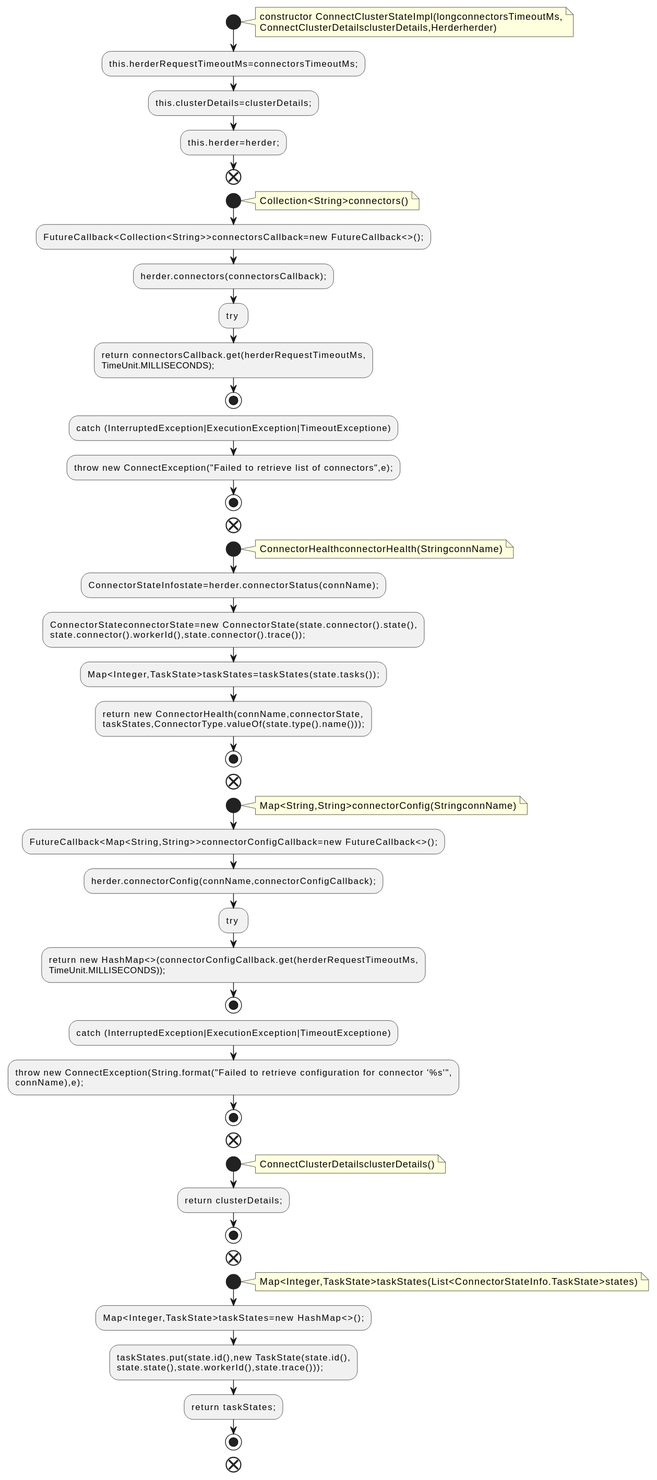
Earlier version of the PlantUML export docs/qc/connect/runtime/src/main/java/org/apache/kafka/connect/runtime/health/ConnectClusterStateImpl.java.fct.svg (qualitesys/kafka).
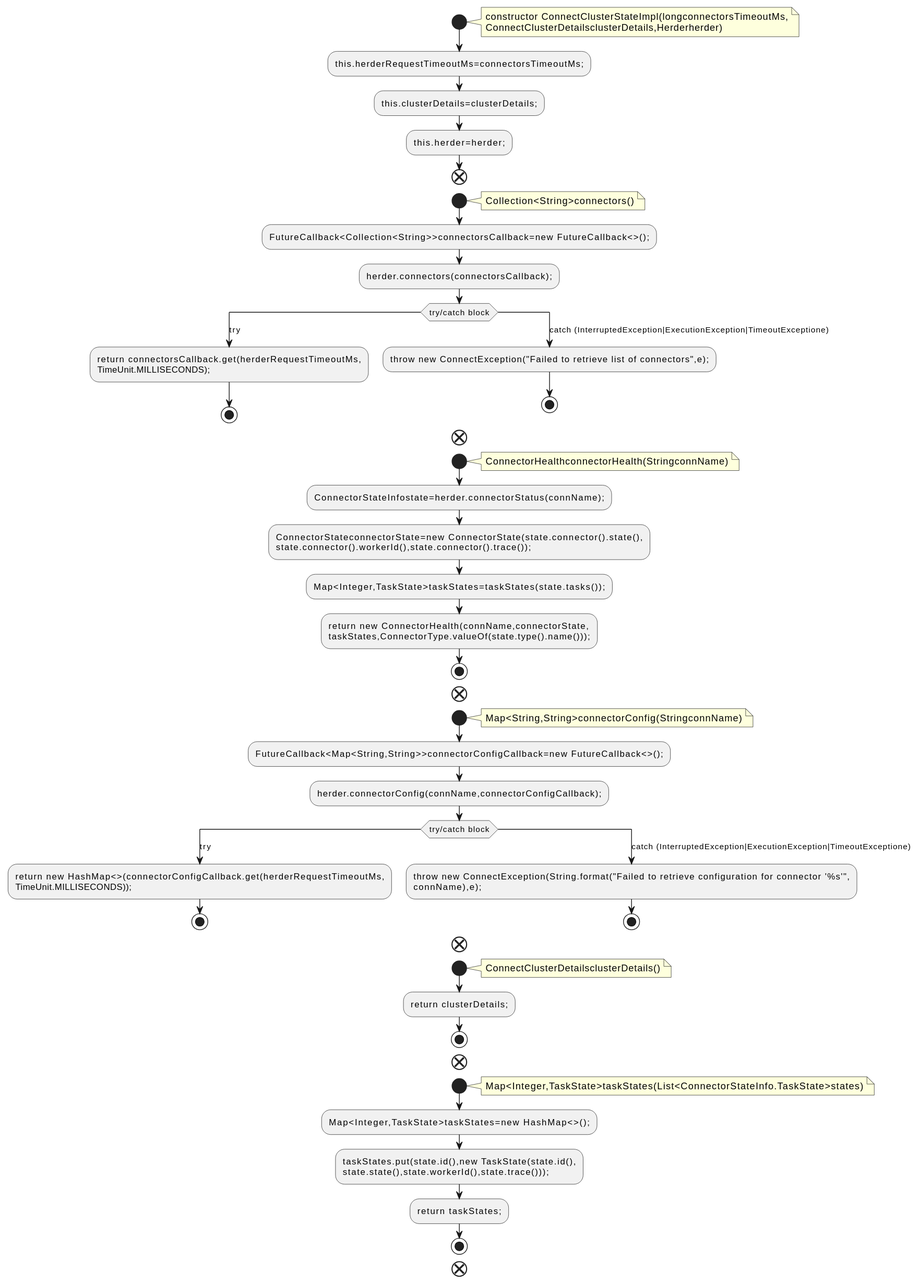
After the change.

Diff of the diagram source:
```diff
@@ -15,13 +15,15 @@
 end note
 :FutureCallback<Collection<String>>connectorsCallback=new FutureCallback<>();;
 :herder.connectors(connectorsCallback);;
-:try ;
+switch (try/catch block)
+case (try)
 :return connectorsCallback.get(herderRequestTimeoutMs,
 TimeUnit.MILLISECONDS);;
 stop
-:catch (InterruptedException|ExecutionException|TimeoutExceptione);
+case (catch (InterruptedException|ExecutionException|TimeoutExceptione))
 :throw new ConnectException("Failed to retrieve list of connectors",e);;
 stop
+endswitch
 end
 start
 note right
@@ -41,14 +43,16 @@
 end note
 :FutureCallback<Map<String,String>>connectorConfigCallback=new FutureCallback<>();;
 :herder.connectorConfig(connName,connectorConfigCallback);;
-:try ;
+switch (try/catch block)
+case (try)
 :return new HashMap<>(connectorConfigCallback.get(herderRequestTimeoutMs,
 TimeUnit.MILLISECONDS));;
 stop
-:catch (InterruptedException|ExecutionException|TimeoutExceptione);
+case (catch (InterruptedException|ExecutionException|TimeoutExceptione))
 :throw new ConnectException(String.format("Failed to retrieve configuration for connector '%s'",
 connName),e);;
 stop
+endswitch
 end
 start
 note right
```
